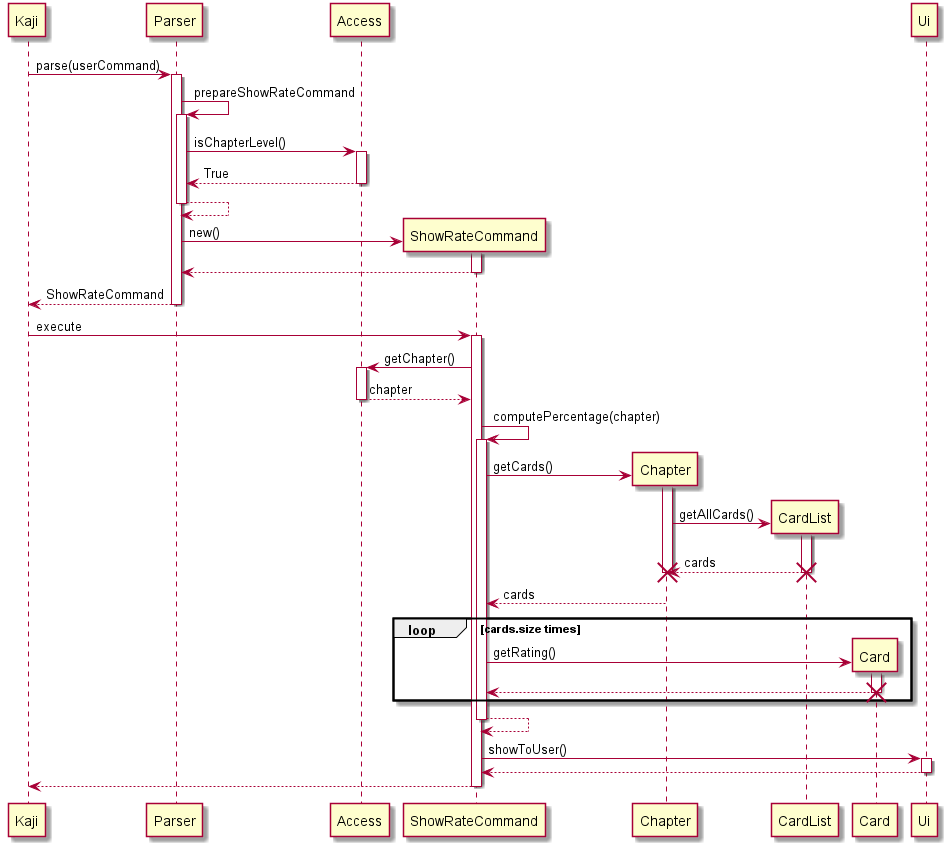
This is docs/UML/ShowRateCommand.png from nus-cs2113-AY2021S1/tp, a PlantUML export, as it was before one commit. The source it was exported from:
```plantuml
@startuml
Kaji -> Parser ++ : parse(userCommand)
Parser -> Parser ++ : prepareShowRateCommand
Parser -> Access ++ : isChapterLevel()
return True
return
create ShowRateCommand
Parser -> ShowRateCommand ++ : new()
return
return ShowRateCommand
Kaji -> ShowRateCommand ++ : execute

ShowRateCommand -> Access ++ : getChapter()
return chapter
ShowRateCommand -> ShowRateCommand ++ : computePercentage(chapter)
create Chapter
ShowRateCommand -> Chapter ++ : getCards()
create CardList
Chapter -> CardList ++ : getAllCards()
return cards
destroy CardList
destroy Chapter
return cards
    loop cards.size times
        Create Card
        ShowRateCommand -> Card ++ : getRating()
        return
        destroy Card
    end
return
ShowRateCommand -> Ui ++ : showToUser()
return
return
@enduml
```
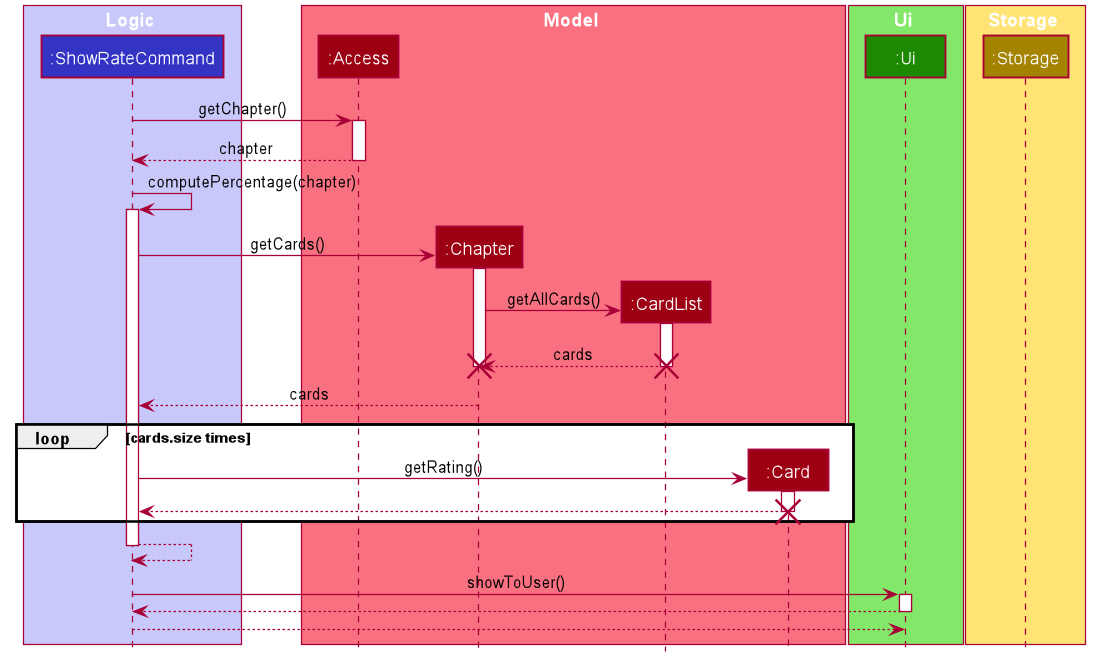
Above is the later version.

What changed in the source:
```diff
@@ -1,14 +1,74 @@
 @startuml
-Kaji -> Parser ++ : parse(userCommand)
-Parser -> Parser ++ : prepareShowRateCommand
-Parser -> Access ++ : isChapterLevel()
-return True
-return
-create ShowRateCommand
-Parser -> ShowRateCommand ++ : new()
-return
-return ShowRateCommand
-Kaji -> ShowRateCommand ++ : execute
+
+
+
+
+
+
+
+
+skinparam BackgroundColor #FFFFFFF
+
+skinparam Shadowing false
+
+skinparam Class {
+    FontColor #FFFFFF
+    BorderThickness 1
+    BorderColor #FFFFFF
+    StereotypeFontColor #FFFFFF
+    FontName Arial
+}
+
+skinparam Actor {
+    BorderColor #000000
+    Color #000000
+    FontName Arial
+}
+
+skinparam Sequence {
+    MessageAlign center
+    BoxFontSize 15
+    BoxPadding 0
+    BoxFontColor #FFFFFF
+    FontName Arial
+}
+
+skinparam Participant {
+    FontColor #FFFFFFF
+    Padding 20
+}
+
+skinparam MinClassWidth 50
+skinparam ParticipantPadding 10
+skinparam Shadowing false
+skinparam DefaultTextAlignment center
+skinparam packageStyle Rectangle
+skinparam classAttributeIconSize 0
+skinparam classAttributeFontColor white
+skinparam classAttributeFontSize 12
+
+hide footbox
+hide members
+hide circle
+
+box Logic #C8C8FA
+participant ":ShowRateCommand" as ShowRateCommand #3333C4
+end box
+
+box Model #F97181
+participant ":Access" as Access #9D0012
+participant ":Chapter" as Chapter #9D0012
+participant ":CardList" as CardList #9D0012
+participant ":Card" as Card #9D0012
+end box
+
+box Ui #83E769
+participant ":Ui" as Ui #1D8900
+end box
+
+box Storage #FFE374
+participant ":Storage" as Storage #A38300
+end box
 
 ShowRateCommand -> Access ++ : getChapter()
 return chapter
```
